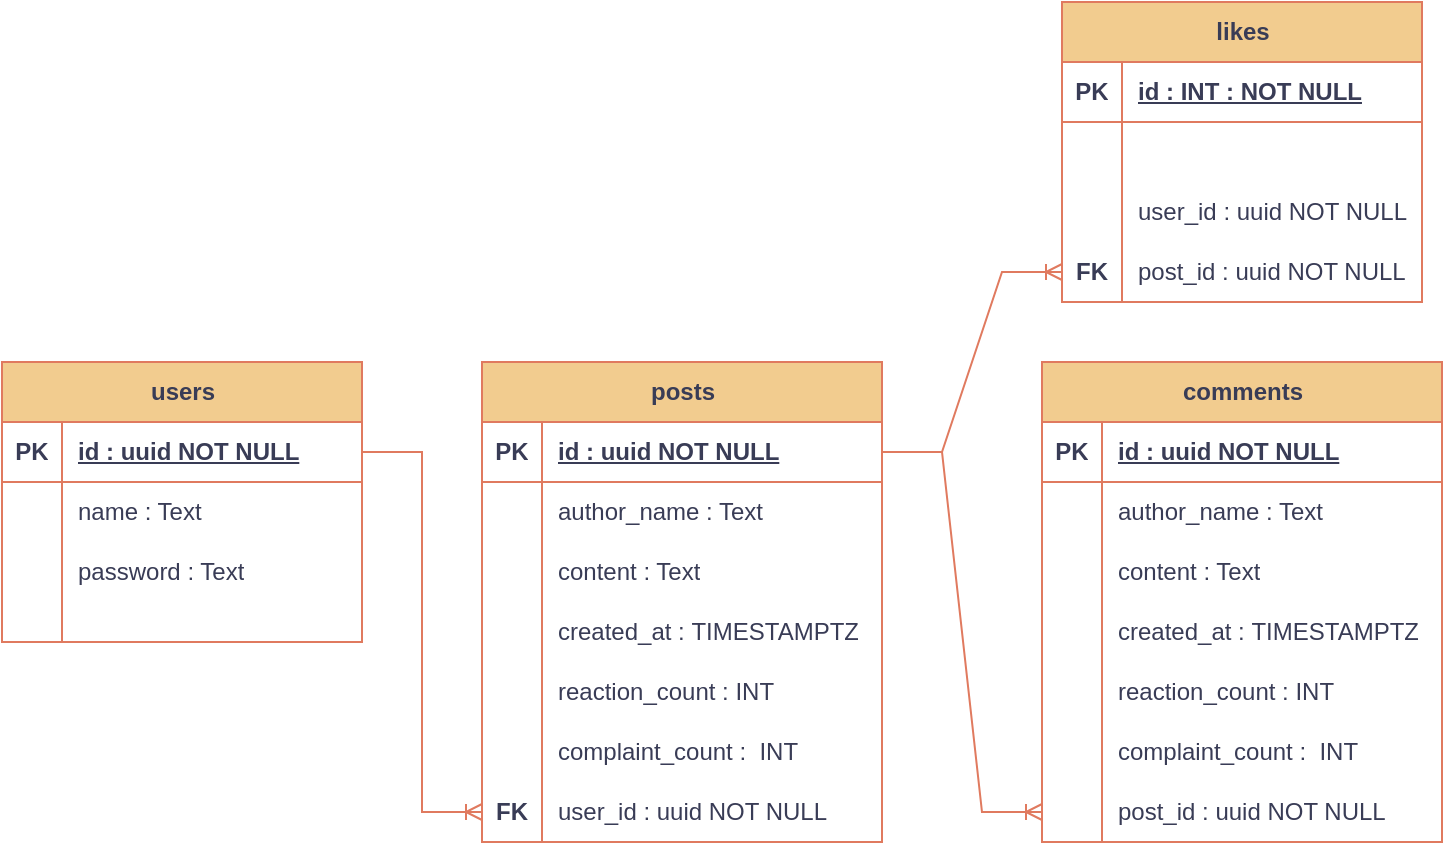
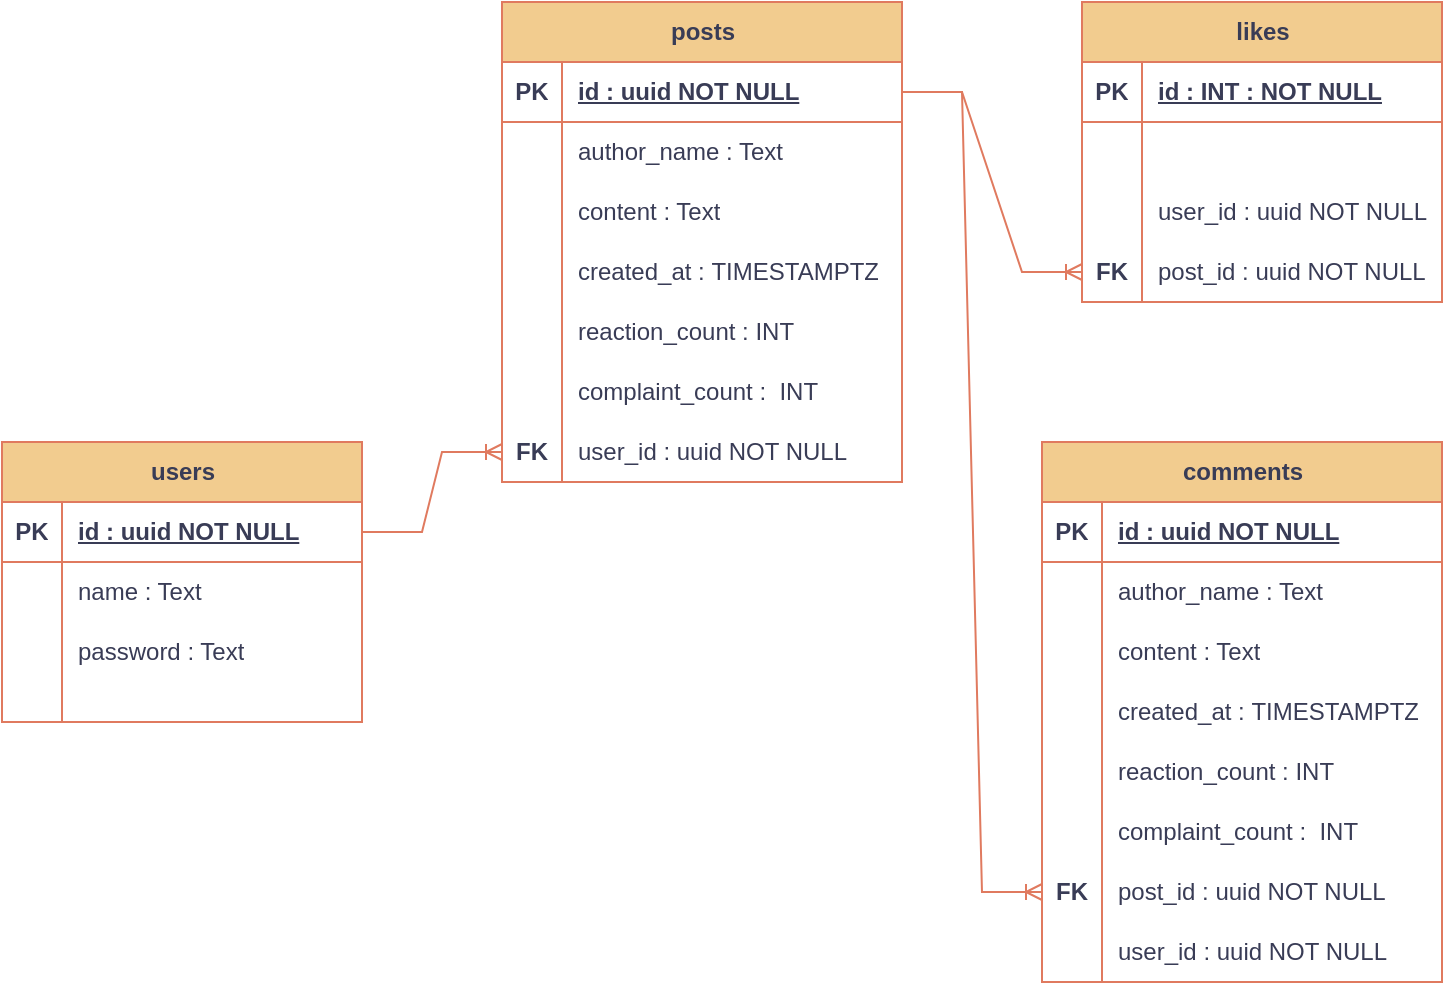
<mxfile host="Electron">
  <diagram name="Page-1" id="KIRUUUT3BG7nIydZnm_T">
-     <mxGraphModel dx="759" dy="1825" grid="1" gridSize="10" guides="1" tooltips="1" connect="1" arrows="1" fold="1" page="1" pageScale="1" pageWidth="827" pageHeight="1169" math="0" shadow="0">
+     <mxGraphModel dx="1266" dy="1839" grid="1" gridSize="10" guides="1" tooltips="1" connect="1" arrows="1" fold="1" page="1" pageScale="1" pageWidth="827" pageHeight="1169" math="0" shadow="0">
      <root>
        <mxCell id="0" />
        <mxCell id="1" parent="0" />
        <mxCell id="-iMnHuuawOKJDQLAnBKO-5" parent="1" style="shape=table;startSize=30;container=1;collapsible=1;childLayout=tableLayout;fixedRows=1;rowLines=0;fontStyle=1;align=center;resizeLast=1;html=1;labelBackgroundColor=none;fillColor=#F2CC8F;strokeColor=#E07A5F;fontColor=#393C56;" value="users" vertex="1">
          <mxGeometry height="140" width="180" x="270" y="140" as="geometry" />
        </mxCell>
        <mxCell id="-iMnHuuawOKJDQLAnBKO-6" parent="-iMnHuuawOKJDQLAnBKO-5" style="shape=tableRow;horizontal=0;startSize=0;swimlaneHead=0;swimlaneBody=0;fillColor=none;collapsible=0;dropTarget=0;points=[[0,0.5],[1,0.5]];portConstraint=eastwest;top=0;left=0;right=0;bottom=1;labelBackgroundColor=none;strokeColor=#E07A5F;fontColor=#393C56;" value="" vertex="1">
          <mxGeometry height="30" width="180" y="30" as="geometry" />
        </mxCell>
        <mxCell id="-iMnHuuawOKJDQLAnBKO-7" parent="-iMnHuuawOKJDQLAnBKO-6" style="shape=partialRectangle;connectable=0;fillColor=none;top=0;left=0;bottom=0;right=0;fontStyle=1;overflow=hidden;whiteSpace=wrap;html=1;labelBackgroundColor=none;strokeColor=#E07A5F;fontColor=#393C56;" value="PK" vertex="1">
          <mxGeometry height="30" width="30" as="geometry">
            <mxRectangle height="30" width="30" as="alternateBounds" />
          </mxGeometry>
        </mxCell>
        <mxCell id="-iMnHuuawOKJDQLAnBKO-8" parent="-iMnHuuawOKJDQLAnBKO-6" style="shape=partialRectangle;connectable=0;fillColor=none;top=0;left=0;bottom=0;right=0;align=left;spacingLeft=6;fontStyle=5;overflow=hidden;whiteSpace=wrap;html=1;labelBackgroundColor=none;strokeColor=#E07A5F;fontColor=#393C56;" value="id : uuid NOT NULL" vertex="1">
          <mxGeometry height="30" width="150" x="30" as="geometry">
            <mxRectangle height="30" width="150" as="alternateBounds" />
          </mxGeometry>
        </mxCell>
        <mxCell id="-iMnHuuawOKJDQLAnBKO-9" parent="-iMnHuuawOKJDQLAnBKO-5" style="shape=tableRow;horizontal=0;startSize=0;swimlaneHead=0;swimlaneBody=0;fillColor=none;collapsible=0;dropTarget=0;points=[[0,0.5],[1,0.5]];portConstraint=eastwest;top=0;left=0;right=0;bottom=0;labelBackgroundColor=none;strokeColor=#E07A5F;fontColor=#393C56;" value="" vertex="1">
          <mxGeometry height="30" width="180" y="60" as="geometry" />
        </mxCell>
        <mxCell id="-iMnHuuawOKJDQLAnBKO-10" parent="-iMnHuuawOKJDQLAnBKO-9" style="shape=partialRectangle;connectable=0;fillColor=none;top=0;left=0;bottom=0;right=0;editable=1;overflow=hidden;whiteSpace=wrap;html=1;labelBackgroundColor=none;strokeColor=#E07A5F;fontColor=#393C56;" value="" vertex="1">
          <mxGeometry height="30" width="30" as="geometry">
            <mxRectangle height="30" width="30" as="alternateBounds" />
          </mxGeometry>
        </mxCell>
        <mxCell id="-iMnHuuawOKJDQLAnBKO-11" parent="-iMnHuuawOKJDQLAnBKO-9" style="shape=partialRectangle;connectable=0;fillColor=none;top=0;left=0;bottom=0;right=0;align=left;spacingLeft=6;overflow=hidden;whiteSpace=wrap;html=1;labelBackgroundColor=none;strokeColor=#E07A5F;fontColor=#393C56;" value="name : Text&amp;nbsp;" vertex="1">
          <mxGeometry height="30" width="150" x="30" as="geometry">
            <mxRectangle height="30" width="150" as="alternateBounds" />
          </mxGeometry>
        </mxCell>
        <mxCell id="-iMnHuuawOKJDQLAnBKO-12" parent="-iMnHuuawOKJDQLAnBKO-5" style="shape=tableRow;horizontal=0;startSize=0;swimlaneHead=0;swimlaneBody=0;fillColor=none;collapsible=0;dropTarget=0;points=[[0,0.5],[1,0.5]];portConstraint=eastwest;top=0;left=0;right=0;bottom=0;labelBackgroundColor=none;strokeColor=#E07A5F;fontColor=#393C56;" value="" vertex="1">
          <mxGeometry height="30" width="180" y="90" as="geometry" />
        </mxCell>
        <mxCell id="-iMnHuuawOKJDQLAnBKO-13" parent="-iMnHuuawOKJDQLAnBKO-12" style="shape=partialRectangle;connectable=0;fillColor=none;top=0;left=0;bottom=0;right=0;editable=1;overflow=hidden;whiteSpace=wrap;html=1;labelBackgroundColor=none;strokeColor=#E07A5F;fontColor=#393C56;" value="" vertex="1">
          <mxGeometry height="30" width="30" as="geometry">
            <mxRectangle height="30" width="30" as="alternateBounds" />
          </mxGeometry>
        </mxCell>
        <mxCell id="-iMnHuuawOKJDQLAnBKO-14" parent="-iMnHuuawOKJDQLAnBKO-12" style="shape=partialRectangle;connectable=0;fillColor=none;top=0;left=0;bottom=0;right=0;align=left;spacingLeft=6;overflow=hidden;whiteSpace=wrap;html=1;labelBackgroundColor=none;strokeColor=#E07A5F;fontColor=#393C56;" value="password : Text" vertex="1">
          <mxGeometry height="30" width="150" x="30" as="geometry">
            <mxRectangle height="30" width="150" as="alternateBounds" />
          </mxGeometry>
        </mxCell>
        <mxCell id="-iMnHuuawOKJDQLAnBKO-15" parent="-iMnHuuawOKJDQLAnBKO-5" style="shape=tableRow;horizontal=0;startSize=0;swimlaneHead=0;swimlaneBody=0;fillColor=none;collapsible=0;dropTarget=0;points=[[0,0.5],[1,0.5]];portConstraint=eastwest;top=0;left=0;right=0;bottom=0;labelBackgroundColor=none;strokeColor=#E07A5F;fontColor=#393C56;" value="" vertex="1">
          <mxGeometry height="20" width="180" y="120" as="geometry" />
        </mxCell>
        <mxCell id="-iMnHuuawOKJDQLAnBKO-16" parent="-iMnHuuawOKJDQLAnBKO-15" style="shape=partialRectangle;connectable=0;fillColor=none;top=0;left=0;bottom=0;right=0;editable=1;overflow=hidden;whiteSpace=wrap;html=1;labelBackgroundColor=none;strokeColor=#E07A5F;fontColor=#393C56;" value="" vertex="1">
          <mxGeometry height="20" width="30" as="geometry">
            <mxRectangle height="20" width="30" as="alternateBounds" />
          </mxGeometry>
        </mxCell>
        <mxCell id="-iMnHuuawOKJDQLAnBKO-17" parent="-iMnHuuawOKJDQLAnBKO-15" style="shape=partialRectangle;connectable=0;fillColor=none;top=0;left=0;bottom=0;right=0;align=left;spacingLeft=6;overflow=hidden;whiteSpace=wrap;html=1;labelBackgroundColor=none;strokeColor=#E07A5F;fontColor=#393C56;" value="" vertex="1">
          <mxGeometry height="20" width="150" x="30" as="geometry">
            <mxRectangle height="20" width="150" as="alternateBounds" />
          </mxGeometry>
        </mxCell>
        <mxCell id="-iMnHuuawOKJDQLAnBKO-18" parent="1" style="shape=table;startSize=30;container=1;collapsible=1;childLayout=tableLayout;fixedRows=1;rowLines=0;fontStyle=1;align=center;resizeLast=1;html=1;labelBackgroundColor=none;fillColor=#F2CC8F;strokeColor=#E07A5F;fontColor=#393C56;" value="posts" vertex="1">
-           <mxGeometry height="240" width="200" x="510" y="140" as="geometry" />
+           <mxGeometry height="240" width="200" x="520" y="-80" as="geometry" />
        </mxCell>
        <mxCell id="-iMnHuuawOKJDQLAnBKO-19" parent="-iMnHuuawOKJDQLAnBKO-18" style="shape=tableRow;horizontal=0;startSize=0;swimlaneHead=0;swimlaneBody=0;fillColor=none;collapsible=0;dropTarget=0;points=[[0,0.5],[1,0.5]];portConstraint=eastwest;top=0;left=0;right=0;bottom=1;labelBackgroundColor=none;strokeColor=#E07A5F;fontColor=#393C56;" value="" vertex="1">
          <mxGeometry height="30" width="200" y="30" as="geometry" />
        </mxCell>
        <mxCell id="-iMnHuuawOKJDQLAnBKO-20" parent="-iMnHuuawOKJDQLAnBKO-19" style="shape=partialRectangle;connectable=0;fillColor=none;top=0;left=0;bottom=0;right=0;fontStyle=1;overflow=hidden;whiteSpace=wrap;html=1;labelBackgroundColor=none;strokeColor=#E07A5F;fontColor=#393C56;" value="PK" vertex="1">
          <mxGeometry height="30" width="30" as="geometry">
            <mxRectangle height="30" width="30" as="alternateBounds" />
          </mxGeometry>
        </mxCell>
        <mxCell id="-iMnHuuawOKJDQLAnBKO-21" parent="-iMnHuuawOKJDQLAnBKO-19" style="shape=partialRectangle;connectable=0;fillColor=none;top=0;left=0;bottom=0;right=0;align=left;spacingLeft=6;fontStyle=5;overflow=hidden;whiteSpace=wrap;html=1;labelBackgroundColor=none;strokeColor=#E07A5F;fontColor=#393C56;" value="id : uuid NOT NULL" vertex="1">
          <mxGeometry height="30" width="170" x="30" as="geometry">
            <mxRectangle height="30" width="170" as="alternateBounds" />
          </mxGeometry>
        </mxCell>
        <mxCell id="-iMnHuuawOKJDQLAnBKO-22" parent="-iMnHuuawOKJDQLAnBKO-18" style="shape=tableRow;horizontal=0;startSize=0;swimlaneHead=0;swimlaneBody=0;fillColor=none;collapsible=0;dropTarget=0;points=[[0,0.5],[1,0.5]];portConstraint=eastwest;top=0;left=0;right=0;bottom=0;labelBackgroundColor=none;strokeColor=#E07A5F;fontColor=#393C56;" value="" vertex="1">
          <mxGeometry height="30" width="200" y="60" as="geometry" />
        </mxCell>
        <mxCell id="-iMnHuuawOKJDQLAnBKO-23" parent="-iMnHuuawOKJDQLAnBKO-22" style="shape=partialRectangle;connectable=0;fillColor=none;top=0;left=0;bottom=0;right=0;editable=1;overflow=hidden;whiteSpace=wrap;html=1;labelBackgroundColor=none;strokeColor=#E07A5F;fontColor=#393C56;" value="" vertex="1">
          <mxGeometry height="30" width="30" as="geometry">
            <mxRectangle height="30" width="30" as="alternateBounds" />
          </mxGeometry>
        </mxCell>
        <mxCell id="-iMnHuuawOKJDQLAnBKO-24" parent="-iMnHuuawOKJDQLAnBKO-22" style="shape=partialRectangle;connectable=0;fillColor=none;top=0;left=0;bottom=0;right=0;align=left;spacingLeft=6;overflow=hidden;whiteSpace=wrap;html=1;labelBackgroundColor=none;strokeColor=#E07A5F;fontColor=#393C56;" value="author_name : Text" vertex="1">
          <mxGeometry height="30" width="170" x="30" as="geometry">
            <mxRectangle height="30" width="170" as="alternateBounds" />
          </mxGeometry>
        </mxCell>
        <mxCell id="-iMnHuuawOKJDQLAnBKO-25" parent="-iMnHuuawOKJDQLAnBKO-18" style="shape=tableRow;horizontal=0;startSize=0;swimlaneHead=0;swimlaneBody=0;fillColor=none;collapsible=0;dropTarget=0;points=[[0,0.5],[1,0.5]];portConstraint=eastwest;top=0;left=0;right=0;bottom=0;labelBackgroundColor=none;strokeColor=#E07A5F;fontColor=#393C56;" value="" vertex="1">
          <mxGeometry height="30" width="200" y="90" as="geometry" />
        </mxCell>
        <mxCell id="-iMnHuuawOKJDQLAnBKO-26" parent="-iMnHuuawOKJDQLAnBKO-25" style="shape=partialRectangle;connectable=0;fillColor=none;top=0;left=0;bottom=0;right=0;editable=1;overflow=hidden;whiteSpace=wrap;html=1;labelBackgroundColor=none;strokeColor=#E07A5F;fontColor=#393C56;" value="" vertex="1">
          <mxGeometry height="30" width="30" as="geometry">
            <mxRectangle height="30" width="30" as="alternateBounds" />
          </mxGeometry>
        </mxCell>
        <mxCell id="-iMnHuuawOKJDQLAnBKO-27" parent="-iMnHuuawOKJDQLAnBKO-25" style="shape=partialRectangle;connectable=0;fillColor=none;top=0;left=0;bottom=0;right=0;align=left;spacingLeft=6;overflow=hidden;whiteSpace=wrap;html=1;labelBackgroundColor=none;strokeColor=#E07A5F;fontColor=#393C56;" value="content : Text" vertex="1">
          <mxGeometry height="30" width="170" x="30" as="geometry">
            <mxRectangle height="30" width="170" as="alternateBounds" />
          </mxGeometry>
        </mxCell>
        <mxCell id="-iMnHuuawOKJDQLAnBKO-28" parent="-iMnHuuawOKJDQLAnBKO-18" style="shape=tableRow;horizontal=0;startSize=0;swimlaneHead=0;swimlaneBody=0;fillColor=none;collapsible=0;dropTarget=0;points=[[0,0.5],[1,0.5]];portConstraint=eastwest;top=0;left=0;right=0;bottom=0;labelBackgroundColor=none;strokeColor=#E07A5F;fontColor=#393C56;" value="" vertex="1">
          <mxGeometry height="30" width="200" y="120" as="geometry" />
        </mxCell>
        <mxCell id="-iMnHuuawOKJDQLAnBKO-29" parent="-iMnHuuawOKJDQLAnBKO-28" style="shape=partialRectangle;connectable=0;fillColor=none;top=0;left=0;bottom=0;right=0;editable=1;overflow=hidden;whiteSpace=wrap;html=1;labelBackgroundColor=none;strokeColor=#E07A5F;fontColor=#393C56;" value="" vertex="1">
          <mxGeometry height="30" width="30" as="geometry">
            <mxRectangle height="30" width="30" as="alternateBounds" />
          </mxGeometry>
        </mxCell>
        <mxCell id="-iMnHuuawOKJDQLAnBKO-30" parent="-iMnHuuawOKJDQLAnBKO-28" style="shape=partialRectangle;connectable=0;fillColor=none;top=0;left=0;bottom=0;right=0;align=left;spacingLeft=6;overflow=hidden;whiteSpace=wrap;html=1;labelBackgroundColor=none;strokeColor=#E07A5F;fontColor=#393C56;" value="created_at :&amp;nbsp;TIMESTAMPTZ" vertex="1">
          <mxGeometry height="30" width="170" x="30" as="geometry">
            <mxRectangle height="30" width="170" as="alternateBounds" />
          </mxGeometry>
        </mxCell>
        <mxCell id="-iMnHuuawOKJDQLAnBKO-32" parent="-iMnHuuawOKJDQLAnBKO-18" style="shape=tableRow;horizontal=0;startSize=0;swimlaneHead=0;swimlaneBody=0;fillColor=none;collapsible=0;dropTarget=0;points=[[0,0.5],[1,0.5]];portConstraint=eastwest;top=0;left=0;right=0;bottom=0;labelBackgroundColor=none;strokeColor=#E07A5F;fontColor=#393C56;" value="" vertex="1">
          <mxGeometry height="30" width="200" y="150" as="geometry" />
        </mxCell>
        <mxCell id="-iMnHuuawOKJDQLAnBKO-33" parent="-iMnHuuawOKJDQLAnBKO-32" style="shape=partialRectangle;connectable=0;fillColor=none;top=0;left=0;bottom=0;right=0;editable=1;overflow=hidden;whiteSpace=wrap;html=1;labelBackgroundColor=none;strokeColor=#E07A5F;fontColor=#393C56;" value="" vertex="1">
          <mxGeometry height="30" width="30" as="geometry">
            <mxRectangle height="30" width="30" as="alternateBounds" />
          </mxGeometry>
        </mxCell>
        <mxCell id="-iMnHuuawOKJDQLAnBKO-34" parent="-iMnHuuawOKJDQLAnBKO-32" style="shape=partialRectangle;connectable=0;fillColor=none;top=0;left=0;bottom=0;right=0;align=left;spacingLeft=6;overflow=hidden;whiteSpace=wrap;html=1;labelBackgroundColor=none;strokeColor=#E07A5F;fontColor=#393C56;" value="reaction_count : INT" vertex="1">
          <mxGeometry height="30" width="170" x="30" as="geometry">
            <mxRectangle height="30" width="170" as="alternateBounds" />
          </mxGeometry>
        </mxCell>
        <mxCell id="-iMnHuuawOKJDQLAnBKO-35" parent="-iMnHuuawOKJDQLAnBKO-18" style="shape=tableRow;horizontal=0;startSize=0;swimlaneHead=0;swimlaneBody=0;fillColor=none;collapsible=0;dropTarget=0;points=[[0,0.5],[1,0.5]];portConstraint=eastwest;top=0;left=0;right=0;bottom=0;labelBackgroundColor=none;strokeColor=#E07A5F;fontColor=#393C56;" value="" vertex="1">
          <mxGeometry height="30" width="200" y="180" as="geometry" />
        </mxCell>
        <mxCell id="-iMnHuuawOKJDQLAnBKO-36" parent="-iMnHuuawOKJDQLAnBKO-35" style="shape=partialRectangle;connectable=0;fillColor=none;top=0;left=0;bottom=0;right=0;editable=1;overflow=hidden;whiteSpace=wrap;html=1;labelBackgroundColor=none;strokeColor=#E07A5F;fontColor=#393C56;" value="" vertex="1">
          <mxGeometry height="30" width="30" as="geometry">
            <mxRectangle height="30" width="30" as="alternateBounds" />
          </mxGeometry>
        </mxCell>
        <mxCell id="-iMnHuuawOKJDQLAnBKO-37" parent="-iMnHuuawOKJDQLAnBKO-35" style="shape=partialRectangle;connectable=0;fillColor=none;top=0;left=0;bottom=0;right=0;align=left;spacingLeft=6;overflow=hidden;whiteSpace=wrap;html=1;labelBackgroundColor=none;strokeColor=#E07A5F;fontColor=#393C56;" value="complaint_count :&amp;nbsp; INT" vertex="1">
          <mxGeometry height="30" width="170" x="30" as="geometry">
            <mxRectangle height="30" width="170" as="alternateBounds" />
          </mxGeometry>
        </mxCell>
        <mxCell id="-iMnHuuawOKJDQLAnBKO-38" parent="-iMnHuuawOKJDQLAnBKO-18" style="shape=tableRow;horizontal=0;startSize=0;swimlaneHead=0;swimlaneBody=0;fillColor=none;collapsible=0;dropTarget=0;points=[[0,0.5],[1,0.5]];portConstraint=eastwest;top=0;left=0;right=0;bottom=0;labelBackgroundColor=none;strokeColor=#E07A5F;fontColor=#393C56;" value="" vertex="1">
          <mxGeometry height="30" width="200" y="210" as="geometry" />
        </mxCell>
        <mxCell id="-iMnHuuawOKJDQLAnBKO-39" parent="-iMnHuuawOKJDQLAnBKO-38" style="shape=partialRectangle;connectable=0;fillColor=none;top=0;left=0;bottom=0;right=0;editable=1;overflow=hidden;whiteSpace=wrap;html=1;labelBackgroundColor=none;strokeColor=#E07A5F;fontColor=#393C56;" value="&lt;span style=&quot;font-weight: 700;&quot;&gt;FK&lt;/span&gt;" vertex="1">
          <mxGeometry height="30" width="30" as="geometry">
            <mxRectangle height="30" width="30" as="alternateBounds" />
          </mxGeometry>
        </mxCell>
        <mxCell id="-iMnHuuawOKJDQLAnBKO-40" parent="-iMnHuuawOKJDQLAnBKO-38" style="shape=partialRectangle;connectable=0;fillColor=none;top=0;left=0;bottom=0;right=0;align=left;spacingLeft=6;overflow=hidden;whiteSpace=wrap;html=1;labelBackgroundColor=none;strokeColor=#E07A5F;fontColor=#393C56;" value="&lt;div&gt;&lt;span style=&quot;background-color: transparent; color: light-dark(rgb(57, 60, 86), rgb(182, 184, 207));&quot;&gt;user_&lt;/span&gt;&lt;span style=&quot;background-color: transparent; color: light-dark(rgb(57, 60, 86), rgb(182, 184, 207));&quot;&gt;id : uuid NOT NULL&lt;/span&gt;&lt;/div&gt;" vertex="1">
          <mxGeometry height="30" width="170" x="30" as="geometry">
            <mxRectangle height="30" width="170" as="alternateBounds" />
          </mxGeometry>
        </mxCell>
        <mxCell id="-iMnHuuawOKJDQLAnBKO-54" parent="1" style="shape=table;startSize=30;container=1;collapsible=1;childLayout=tableLayout;fixedRows=1;rowLines=0;fontStyle=1;align=center;resizeLast=1;html=1;labelBackgroundColor=none;fillColor=#F2CC8F;strokeColor=#E07A5F;fontColor=#393C56;" value="comments" vertex="1">
-           <mxGeometry height="240" width="200" x="790" y="140" as="geometry" />
+           <mxGeometry height="270" width="200" x="790" y="140" as="geometry" />
        </mxCell>
        <mxCell id="-iMnHuuawOKJDQLAnBKO-55" parent="-iMnHuuawOKJDQLAnBKO-54" style="shape=tableRow;horizontal=0;startSize=0;swimlaneHead=0;swimlaneBody=0;fillColor=none;collapsible=0;dropTarget=0;points=[[0,0.5],[1,0.5]];portConstraint=eastwest;top=0;left=0;right=0;bottom=1;labelBackgroundColor=none;strokeColor=#E07A5F;fontColor=#393C56;" value="" vertex="1">
          <mxGeometry height="30" width="200" y="30" as="geometry" />
        </mxCell>
        <mxCell id="-iMnHuuawOKJDQLAnBKO-56" parent="-iMnHuuawOKJDQLAnBKO-55" style="shape=partialRectangle;connectable=0;fillColor=none;top=0;left=0;bottom=0;right=0;fontStyle=1;overflow=hidden;whiteSpace=wrap;html=1;labelBackgroundColor=none;strokeColor=#E07A5F;fontColor=#393C56;" value="PK" vertex="1">
          <mxGeometry height="30" width="30" as="geometry">
            <mxRectangle height="30" width="30" as="alternateBounds" />
          </mxGeometry>
        </mxCell>
        <mxCell id="-iMnHuuawOKJDQLAnBKO-57" parent="-iMnHuuawOKJDQLAnBKO-55" style="shape=partialRectangle;connectable=0;fillColor=none;top=0;left=0;bottom=0;right=0;align=left;spacingLeft=6;fontStyle=5;overflow=hidden;whiteSpace=wrap;html=1;labelBackgroundColor=none;strokeColor=#E07A5F;fontColor=#393C56;" value="id : uuid NOT NULL" vertex="1">
          <mxGeometry height="30" width="170" x="30" as="geometry">
            <mxRectangle height="30" width="170" as="alternateBounds" />
          </mxGeometry>
        </mxCell>
        <mxCell id="-iMnHuuawOKJDQLAnBKO-58" parent="-iMnHuuawOKJDQLAnBKO-54" style="shape=tableRow;horizontal=0;startSize=0;swimlaneHead=0;swimlaneBody=0;fillColor=none;collapsible=0;dropTarget=0;points=[[0,0.5],[1,0.5]];portConstraint=eastwest;top=0;left=0;right=0;bottom=0;labelBackgroundColor=none;strokeColor=#E07A5F;fontColor=#393C56;" value="" vertex="1">
          <mxGeometry height="30" width="200" y="60" as="geometry" />
        </mxCell>
        <mxCell id="-iMnHuuawOKJDQLAnBKO-59" parent="-iMnHuuawOKJDQLAnBKO-58" style="shape=partialRectangle;connectable=0;fillColor=none;top=0;left=0;bottom=0;right=0;editable=1;overflow=hidden;whiteSpace=wrap;html=1;labelBackgroundColor=none;strokeColor=#E07A5F;fontColor=#393C56;" value="" vertex="1">
          <mxGeometry height="30" width="30" as="geometry">
            <mxRectangle height="30" width="30" as="alternateBounds" />
          </mxGeometry>
        </mxCell>
        <mxCell id="-iMnHuuawOKJDQLAnBKO-60" parent="-iMnHuuawOKJDQLAnBKO-58" style="shape=partialRectangle;connectable=0;fillColor=none;top=0;left=0;bottom=0;right=0;align=left;spacingLeft=6;overflow=hidden;whiteSpace=wrap;html=1;labelBackgroundColor=none;strokeColor=#E07A5F;fontColor=#393C56;" value="author_name : Text" vertex="1">
          <mxGeometry height="30" width="170" x="30" as="geometry">
            <mxRectangle height="30" width="170" as="alternateBounds" />
          </mxGeometry>
        </mxCell>
        <mxCell id="-iMnHuuawOKJDQLAnBKO-61" parent="-iMnHuuawOKJDQLAnBKO-54" style="shape=tableRow;horizontal=0;startSize=0;swimlaneHead=0;swimlaneBody=0;fillColor=none;collapsible=0;dropTarget=0;points=[[0,0.5],[1,0.5]];portConstraint=eastwest;top=0;left=0;right=0;bottom=0;labelBackgroundColor=none;strokeColor=#E07A5F;fontColor=#393C56;" value="" vertex="1">
          <mxGeometry height="30" width="200" y="90" as="geometry" />
        </mxCell>
        <mxCell id="-iMnHuuawOKJDQLAnBKO-62" parent="-iMnHuuawOKJDQLAnBKO-61" style="shape=partialRectangle;connectable=0;fillColor=none;top=0;left=0;bottom=0;right=0;editable=1;overflow=hidden;whiteSpace=wrap;html=1;labelBackgroundColor=none;strokeColor=#E07A5F;fontColor=#393C56;" value="" vertex="1">
          <mxGeometry height="30" width="30" as="geometry">
            <mxRectangle height="30" width="30" as="alternateBounds" />
          </mxGeometry>
        </mxCell>
        <mxCell id="-iMnHuuawOKJDQLAnBKO-63" parent="-iMnHuuawOKJDQLAnBKO-61" style="shape=partialRectangle;connectable=0;fillColor=none;top=0;left=0;bottom=0;right=0;align=left;spacingLeft=6;overflow=hidden;whiteSpace=wrap;html=1;labelBackgroundColor=none;strokeColor=#E07A5F;fontColor=#393C56;" value="content : Text" vertex="1">
          <mxGeometry height="30" width="170" x="30" as="geometry">
            <mxRectangle height="30" width="170" as="alternateBounds" />
          </mxGeometry>
        </mxCell>
        <mxCell id="-iMnHuuawOKJDQLAnBKO-64" parent="-iMnHuuawOKJDQLAnBKO-54" style="shape=tableRow;horizontal=0;startSize=0;swimlaneHead=0;swimlaneBody=0;fillColor=none;collapsible=0;dropTarget=0;points=[[0,0.5],[1,0.5]];portConstraint=eastwest;top=0;left=0;right=0;bottom=0;labelBackgroundColor=none;strokeColor=#E07A5F;fontColor=#393C56;" value="" vertex="1">
          <mxGeometry height="30" width="200" y="120" as="geometry" />
        </mxCell>
        <mxCell id="-iMnHuuawOKJDQLAnBKO-65" parent="-iMnHuuawOKJDQLAnBKO-64" style="shape=partialRectangle;connectable=0;fillColor=none;top=0;left=0;bottom=0;right=0;editable=1;overflow=hidden;whiteSpace=wrap;html=1;labelBackgroundColor=none;strokeColor=#E07A5F;fontColor=#393C56;" value="" vertex="1">
          <mxGeometry height="30" width="30" as="geometry">
            <mxRectangle height="30" width="30" as="alternateBounds" />
          </mxGeometry>
        </mxCell>
        <mxCell id="-iMnHuuawOKJDQLAnBKO-66" parent="-iMnHuuawOKJDQLAnBKO-64" style="shape=partialRectangle;connectable=0;fillColor=none;top=0;left=0;bottom=0;right=0;align=left;spacingLeft=6;overflow=hidden;whiteSpace=wrap;html=1;labelBackgroundColor=none;strokeColor=#E07A5F;fontColor=#393C56;" value="created_at :&amp;nbsp;TIMESTAMPTZ" vertex="1">
          <mxGeometry height="30" width="170" x="30" as="geometry">
            <mxRectangle height="30" width="170" as="alternateBounds" />
          </mxGeometry>
        </mxCell>
        <mxCell id="-iMnHuuawOKJDQLAnBKO-67" parent="-iMnHuuawOKJDQLAnBKO-54" style="shape=tableRow;horizontal=0;startSize=0;swimlaneHead=0;swimlaneBody=0;fillColor=none;collapsible=0;dropTarget=0;points=[[0,0.5],[1,0.5]];portConstraint=eastwest;top=0;left=0;right=0;bottom=0;labelBackgroundColor=none;strokeColor=#E07A5F;fontColor=#393C56;" value="" vertex="1">
          <mxGeometry height="30" width="200" y="150" as="geometry" />
        </mxCell>
        <mxCell id="-iMnHuuawOKJDQLAnBKO-68" parent="-iMnHuuawOKJDQLAnBKO-67" style="shape=partialRectangle;connectable=0;fillColor=none;top=0;left=0;bottom=0;right=0;editable=1;overflow=hidden;whiteSpace=wrap;html=1;labelBackgroundColor=none;strokeColor=#E07A5F;fontColor=#393C56;" value="" vertex="1">
          <mxGeometry height="30" width="30" as="geometry">
            <mxRectangle height="30" width="30" as="alternateBounds" />
          </mxGeometry>
        </mxCell>
        <mxCell id="-iMnHuuawOKJDQLAnBKO-69" parent="-iMnHuuawOKJDQLAnBKO-67" style="shape=partialRectangle;connectable=0;fillColor=none;top=0;left=0;bottom=0;right=0;align=left;spacingLeft=6;overflow=hidden;whiteSpace=wrap;html=1;labelBackgroundColor=none;strokeColor=#E07A5F;fontColor=#393C56;" value="reaction_count : INT" vertex="1">
          <mxGeometry height="30" width="170" x="30" as="geometry">
            <mxRectangle height="30" width="170" as="alternateBounds" />
          </mxGeometry>
        </mxCell>
        <mxCell id="-iMnHuuawOKJDQLAnBKO-70" parent="-iMnHuuawOKJDQLAnBKO-54" style="shape=tableRow;horizontal=0;startSize=0;swimlaneHead=0;swimlaneBody=0;fillColor=none;collapsible=0;dropTarget=0;points=[[0,0.5],[1,0.5]];portConstraint=eastwest;top=0;left=0;right=0;bottom=0;labelBackgroundColor=none;strokeColor=#E07A5F;fontColor=#393C56;" value="" vertex="1">
          <mxGeometry height="30" width="200" y="180" as="geometry" />
        </mxCell>
        <mxCell id="-iMnHuuawOKJDQLAnBKO-71" parent="-iMnHuuawOKJDQLAnBKO-70" style="shape=partialRectangle;connectable=0;fillColor=none;top=0;left=0;bottom=0;right=0;editable=1;overflow=hidden;whiteSpace=wrap;html=1;labelBackgroundColor=none;strokeColor=#E07A5F;fontColor=#393C56;" value="" vertex="1">
          <mxGeometry height="30" width="30" as="geometry">
            <mxRectangle height="30" width="30" as="alternateBounds" />
          </mxGeometry>
        </mxCell>
        <mxCell id="-iMnHuuawOKJDQLAnBKO-72" parent="-iMnHuuawOKJDQLAnBKO-70" style="shape=partialRectangle;connectable=0;fillColor=none;top=0;left=0;bottom=0;right=0;align=left;spacingLeft=6;overflow=hidden;whiteSpace=wrap;html=1;labelBackgroundColor=none;strokeColor=#E07A5F;fontColor=#393C56;" value="complaint_count :&amp;nbsp; INT" vertex="1">
          <mxGeometry height="30" width="170" x="30" as="geometry">
            <mxRectangle height="30" width="170" as="alternateBounds" />
          </mxGeometry>
        </mxCell>
        <mxCell id="-iMnHuuawOKJDQLAnBKO-73" parent="-iMnHuuawOKJDQLAnBKO-54" style="shape=tableRow;horizontal=0;startSize=0;swimlaneHead=0;swimlaneBody=0;fillColor=none;collapsible=0;dropTarget=0;points=[[0,0.5],[1,0.5]];portConstraint=eastwest;top=0;left=0;right=0;bottom=0;labelBackgroundColor=none;strokeColor=#E07A5F;fontColor=#393C56;" value="" vertex="1">
          <mxGeometry height="30" width="200" y="210" as="geometry" />
        </mxCell>
-         <mxCell id="-iMnHuuawOKJDQLAnBKO-74" parent="-iMnHuuawOKJDQLAnBKO-73" style="shape=partialRectangle;connectable=0;fillColor=none;top=0;left=0;bottom=0;right=0;editable=1;overflow=hidden;whiteSpace=wrap;html=1;labelBackgroundColor=none;strokeColor=#E07A5F;fontColor=#393C56;" value="" vertex="1">
+         <mxCell id="-iMnHuuawOKJDQLAnBKO-74" parent="-iMnHuuawOKJDQLAnBKO-73" style="shape=partialRectangle;connectable=0;fillColor=none;top=0;left=0;bottom=0;right=0;editable=1;overflow=hidden;whiteSpace=wrap;html=1;labelBackgroundColor=none;strokeColor=#E07A5F;fontColor=#393C56;" value="&lt;span style=&quot;font-weight: 700;&quot;&gt;FK&lt;/span&gt;" vertex="1">
          <mxGeometry height="30" width="30" as="geometry">
            <mxRectangle height="30" width="30" as="alternateBounds" />
          </mxGeometry>
        </mxCell>
        <mxCell id="-iMnHuuawOKJDQLAnBKO-75" parent="-iMnHuuawOKJDQLAnBKO-73" style="shape=partialRectangle;connectable=0;fillColor=none;top=0;left=0;bottom=0;right=0;align=left;spacingLeft=6;overflow=hidden;whiteSpace=wrap;html=1;labelBackgroundColor=none;strokeColor=#E07A5F;fontColor=#393C56;" value="&lt;div&gt;&lt;span style=&quot;background-color: transparent; color: light-dark(rgb(57, 60, 86), rgb(182, 184, 207));&quot;&gt;post_id : uuid NOT NULL&lt;/span&gt;&lt;/div&gt;" vertex="1">
+           <mxGeometry height="30" width="170" x="30" as="geometry">
+             <mxRectangle height="30" width="170" as="alternateBounds" />
+           </mxGeometry>
+         </mxCell>
+         <mxCell id="tVnjT_N0mm5XXNg7ndel-2" parent="-iMnHuuawOKJDQLAnBKO-54" style="shape=tableRow;horizontal=0;startSize=0;swimlaneHead=0;swimlaneBody=0;fillColor=none;collapsible=0;dropTarget=0;points=[[0,0.5],[1,0.5]];portConstraint=eastwest;top=0;left=0;right=0;bottom=0;labelBackgroundColor=none;strokeColor=#E07A5F;fontColor=#393C56;" value="" vertex="1">
+           <mxGeometry height="30" width="200" y="240" as="geometry" />
+         </mxCell>
+         <mxCell id="tVnjT_N0mm5XXNg7ndel-3" parent="tVnjT_N0mm5XXNg7ndel-2" style="shape=partialRectangle;connectable=0;fillColor=none;top=0;left=0;bottom=0;right=0;editable=1;overflow=hidden;whiteSpace=wrap;html=1;labelBackgroundColor=none;strokeColor=#E07A5F;fontColor=#393C56;" value="" vertex="1">
+           <mxGeometry height="30" width="30" as="geometry">
+             <mxRectangle height="30" width="30" as="alternateBounds" />
+           </mxGeometry>
+         </mxCell>
+         <mxCell id="tVnjT_N0mm5XXNg7ndel-4" parent="tVnjT_N0mm5XXNg7ndel-2" style="shape=partialRectangle;connectable=0;fillColor=none;top=0;left=0;bottom=0;right=0;align=left;spacingLeft=6;overflow=hidden;whiteSpace=wrap;html=1;labelBackgroundColor=none;strokeColor=#E07A5F;fontColor=#393C56;" value="&lt;div&gt;&lt;span style=&quot;background-color: transparent; color: light-dark(rgb(57, 60, 86), rgb(182, 184, 207));&quot;&gt;user_id : uuid NOT NULL&lt;/span&gt;&lt;/div&gt;" vertex="1">
          <mxGeometry height="30" width="170" x="30" as="geometry">
            <mxRectangle height="30" width="170" as="alternateBounds" />
          </mxGeometry>
        </mxCell>
        <mxCell id="-iMnHuuawOKJDQLAnBKO-76" edge="1" parent="1" source="-iMnHuuawOKJDQLAnBKO-6" style="edgeStyle=entityRelationEdgeStyle;fontSize=12;html=1;endArrow=ERoneToMany;rounded=0;strokeColor=#E07A5F;fontColor=default;fillColor=#F2CC8F;entryX=0;entryY=0.5;entryDx=0;entryDy=0;exitX=1;exitY=0.5;exitDx=0;exitDy=0;labelBackgroundColor=none;" target="-iMnHuuawOKJDQLAnBKO-38" value="">
          <mxGeometry height="100" relative="1" width="100" as="geometry">
            <mxPoint x="270" y="460" as="sourcePoint" />
            <mxPoint x="370" y="360" as="targetPoint" />
          </mxGeometry>
        </mxCell>
        <mxCell id="-iMnHuuawOKJDQLAnBKO-77" edge="1" parent="1" source="-iMnHuuawOKJDQLAnBKO-19" style="edgeStyle=entityRelationEdgeStyle;fontSize=12;html=1;endArrow=ERoneToMany;rounded=0;strokeColor=#E07A5F;fontColor=default;fillColor=#F2CC8F;entryX=0;entryY=0.5;entryDx=0;entryDy=0;exitX=1;exitY=0.5;exitDx=0;exitDy=0;labelBackgroundColor=none;" target="-iMnHuuawOKJDQLAnBKO-73" value="">
          <mxGeometry height="100" relative="1" width="100" as="geometry">
            <mxPoint x="720" y="440" as="sourcePoint" />
            <mxPoint x="830" y="620" as="targetPoint" />
          </mxGeometry>
        </mxCell>
        <mxCell id="3mEpz6HjxdU-weTtHhx8-1" parent="1" style="shape=table;startSize=30;container=1;collapsible=1;childLayout=tableLayout;fixedRows=1;rowLines=0;fontStyle=1;align=center;resizeLast=1;html=1;fillColor=#F2CC8F;strokeColor=#E07A5F;labelBackgroundColor=none;fontColor=#393C56;" value="likes" vertex="1">
-           <mxGeometry height="150" width="180" x="800" y="-40" as="geometry" />
+           <mxGeometry height="150" width="180" x="810" y="-80" as="geometry" />
        </mxCell>
        <mxCell id="3mEpz6HjxdU-weTtHhx8-2" parent="3mEpz6HjxdU-weTtHhx8-1" style="shape=tableRow;horizontal=0;startSize=0;swimlaneHead=0;swimlaneBody=0;fillColor=none;collapsible=0;dropTarget=0;points=[[0,0.5],[1,0.5]];portConstraint=eastwest;top=0;left=0;right=0;bottom=1;labelBackgroundColor=none;strokeColor=#E07A5F;fontColor=#393C56;" value="" vertex="1">
          <mxGeometry height="30" width="180" y="30" as="geometry" />
        </mxCell>
        <mxCell id="3mEpz6HjxdU-weTtHhx8-3" parent="3mEpz6HjxdU-weTtHhx8-2" style="shape=partialRectangle;connectable=0;fillColor=none;top=0;left=0;bottom=0;right=0;fontStyle=1;overflow=hidden;whiteSpace=wrap;html=1;labelBackgroundColor=none;strokeColor=#E07A5F;fontColor=#393C56;" value="PK" vertex="1">
          <mxGeometry height="30" width="30" as="geometry">
            <mxRectangle height="30" width="30" as="alternateBounds" />
          </mxGeometry>
        </mxCell>
        <mxCell id="3mEpz6HjxdU-weTtHhx8-4" parent="3mEpz6HjxdU-weTtHhx8-2" style="shape=partialRectangle;connectable=0;fillColor=none;top=0;left=0;bottom=0;right=0;align=left;spacingLeft=6;fontStyle=5;overflow=hidden;whiteSpace=wrap;html=1;labelBackgroundColor=none;strokeColor=#E07A5F;fontColor=#393C56;" value="id : INT : NOT NULL" vertex="1">
          <mxGeometry height="30" width="150" x="30" as="geometry">
            <mxRectangle height="30" width="150" as="alternateBounds" />
          </mxGeometry>
        </mxCell>
        <mxCell id="3mEpz6HjxdU-weTtHhx8-5" parent="3mEpz6HjxdU-weTtHhx8-1" style="shape=tableRow;horizontal=0;startSize=0;swimlaneHead=0;swimlaneBody=0;fillColor=none;collapsible=0;dropTarget=0;points=[[0,0.5],[1,0.5]];portConstraint=eastwest;top=0;left=0;right=0;bottom=0;labelBackgroundColor=none;strokeColor=#E07A5F;fontColor=#393C56;" value="" vertex="1">
          <mxGeometry height="30" width="180" y="60" as="geometry" />
        </mxCell>
        <mxCell id="3mEpz6HjxdU-weTtHhx8-6" parent="3mEpz6HjxdU-weTtHhx8-5" style="shape=partialRectangle;connectable=0;fillColor=none;top=0;left=0;bottom=0;right=0;editable=1;overflow=hidden;whiteSpace=wrap;html=1;labelBackgroundColor=none;strokeColor=#E07A5F;fontColor=#393C56;" value="" vertex="1">
          <mxGeometry height="30" width="30" as="geometry">
            <mxRectangle height="30" width="30" as="alternateBounds" />
          </mxGeometry>
        </mxCell>
        <mxCell id="3mEpz6HjxdU-weTtHhx8-7" parent="3mEpz6HjxdU-weTtHhx8-5" style="shape=partialRectangle;connectable=0;fillColor=none;top=0;left=0;bottom=0;right=0;align=left;spacingLeft=6;overflow=hidden;whiteSpace=wrap;html=1;labelBackgroundColor=none;strokeColor=#E07A5F;fontColor=#393C56;" value="" vertex="1">
          <mxGeometry height="30" width="150" x="30" as="geometry">
            <mxRectangle height="30" width="150" as="alternateBounds" />
          </mxGeometry>
        </mxCell>
        <mxCell id="3mEpz6HjxdU-weTtHhx8-8" parent="3mEpz6HjxdU-weTtHhx8-1" style="shape=tableRow;horizontal=0;startSize=0;swimlaneHead=0;swimlaneBody=0;fillColor=none;collapsible=0;dropTarget=0;points=[[0,0.5],[1,0.5]];portConstraint=eastwest;top=0;left=0;right=0;bottom=0;labelBackgroundColor=none;strokeColor=#E07A5F;fontColor=#393C56;" value="" vertex="1">
          <mxGeometry height="30" width="180" y="90" as="geometry" />
        </mxCell>
        <mxCell id="3mEpz6HjxdU-weTtHhx8-9" parent="3mEpz6HjxdU-weTtHhx8-8" style="shape=partialRectangle;connectable=0;fillColor=none;top=0;left=0;bottom=0;right=0;editable=1;overflow=hidden;whiteSpace=wrap;html=1;labelBackgroundColor=none;strokeColor=#E07A5F;fontColor=#393C56;" value="" vertex="1">
          <mxGeometry height="30" width="30" as="geometry">
            <mxRectangle height="30" width="30" as="alternateBounds" />
          </mxGeometry>
        </mxCell>
        <mxCell id="3mEpz6HjxdU-weTtHhx8-10" parent="3mEpz6HjxdU-weTtHhx8-8" style="shape=partialRectangle;connectable=0;fillColor=none;top=0;left=0;bottom=0;right=0;align=left;spacingLeft=6;overflow=hidden;whiteSpace=wrap;html=1;labelBackgroundColor=none;strokeColor=#E07A5F;fontColor=#393C56;" value="user_id : uuid NOT NULL" vertex="1">
          <mxGeometry height="30" width="150" x="30" as="geometry">
            <mxRectangle height="30" width="150" as="alternateBounds" />
          </mxGeometry>
        </mxCell>
        <mxCell id="3mEpz6HjxdU-weTtHhx8-11" parent="3mEpz6HjxdU-weTtHhx8-1" style="shape=tableRow;horizontal=0;startSize=0;swimlaneHead=0;swimlaneBody=0;fillColor=none;collapsible=0;dropTarget=0;points=[[0,0.5],[1,0.5]];portConstraint=eastwest;top=0;left=0;right=0;bottom=0;labelBackgroundColor=none;strokeColor=#E07A5F;fontColor=#393C56;" value="" vertex="1">
          <mxGeometry height="30" width="180" y="120" as="geometry" />
        </mxCell>
        <mxCell id="3mEpz6HjxdU-weTtHhx8-12" parent="3mEpz6HjxdU-weTtHhx8-11" style="shape=partialRectangle;connectable=0;fillColor=none;top=0;left=0;bottom=0;right=0;editable=1;overflow=hidden;whiteSpace=wrap;html=1;labelBackgroundColor=none;strokeColor=#E07A5F;fontColor=#393C56;" value="&lt;span style=&quot;color: rgb(57, 60, 86); font-weight: 700;&quot;&gt;FK&lt;/span&gt;" vertex="1">
          <mxGeometry height="30" width="30" as="geometry">
            <mxRectangle height="30" width="30" as="alternateBounds" />
          </mxGeometry>
        </mxCell>
        <mxCell id="3mEpz6HjxdU-weTtHhx8-13" parent="3mEpz6HjxdU-weTtHhx8-11" style="shape=partialRectangle;connectable=0;fillColor=none;top=0;left=0;bottom=0;right=0;align=left;spacingLeft=6;overflow=hidden;whiteSpace=wrap;html=1;labelBackgroundColor=none;strokeColor=#E07A5F;fontColor=#393C56;" value="&lt;div&gt;&lt;span style=&quot;background-color: transparent; color: light-dark(rgb(57, 60, 86), rgb(182, 184, 207));&quot;&gt;post_id : uuid NOT NULL&lt;/span&gt;&lt;/div&gt;" vertex="1">
          <mxGeometry height="30" width="150" x="30" as="geometry">
            <mxRectangle height="30" width="150" as="alternateBounds" />
          </mxGeometry>
        </mxCell>
        <mxCell id="3mEpz6HjxdU-weTtHhx8-14" edge="1" parent="1" source="-iMnHuuawOKJDQLAnBKO-19" style="edgeStyle=entityRelationEdgeStyle;fontSize=12;html=1;endArrow=ERoneToMany;rounded=0;strokeColor=#E07A5F;fontColor=default;fillColor=#F2CC8F;exitX=1;exitY=0.5;exitDx=0;exitDy=0;entryX=0;entryY=0.5;entryDx=0;entryDy=0;labelBackgroundColor=none;" target="3mEpz6HjxdU-weTtHhx8-11" value="">
          <mxGeometry height="100" relative="1" width="100" as="geometry">
            <mxPoint x="1040" y="30" as="sourcePoint" />
            <mxPoint x="780" y="70" as="targetPoint" />
          </mxGeometry>
        </mxCell>
      </root>
    </mxGraphModel>
  </diagram>
</mxfile>
